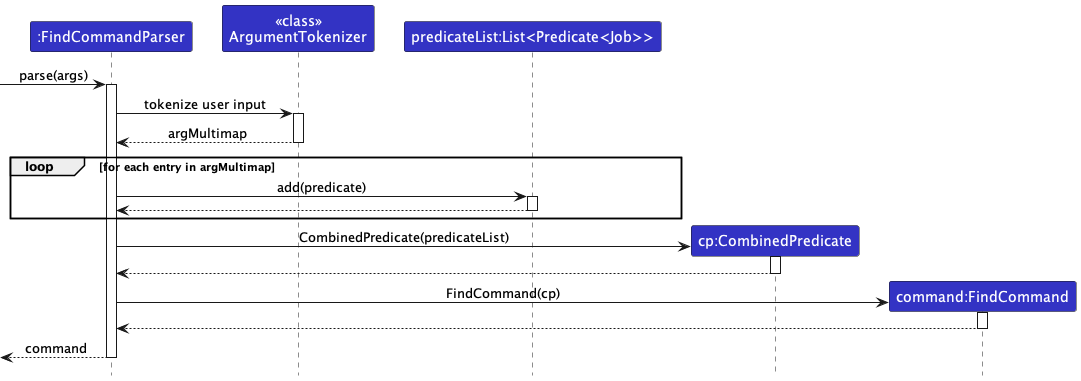
Earlier version of the PlantUML export docs/images/developer-guide/FindCommandParserSequenceDiagram.png (nus-cs2103-AY2324S1/tp).
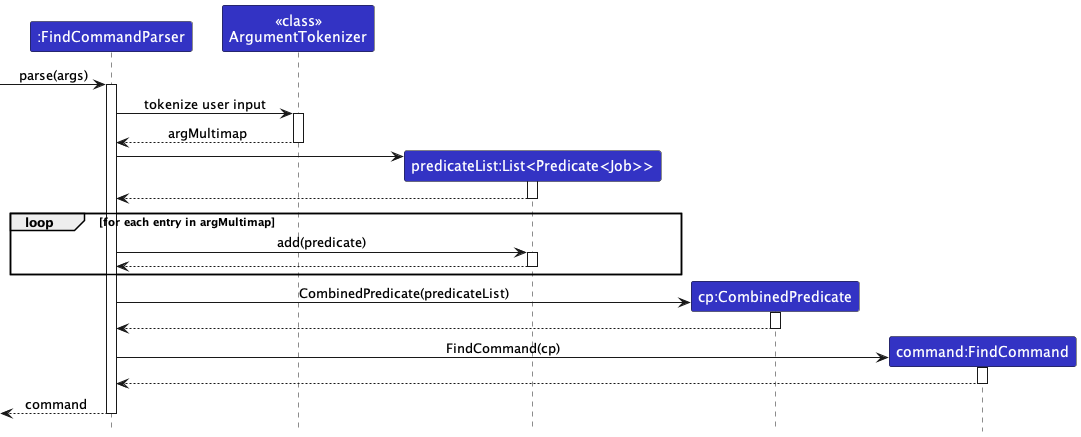
Above is the later version.

Change to the diagram source:
```diff
@@ -11,6 +11,9 @@
 [-> fcp ++: parse(args)
 fcp -> at ++: tokenize user input
 at --> fcp --: argMultimap
+create pl
+fcp -> pl ++
+pl --> fcp --
 loop for each entry in argMultimap
     fcp -> pl ++: add(predicate)
     pl --> fcp --
```
